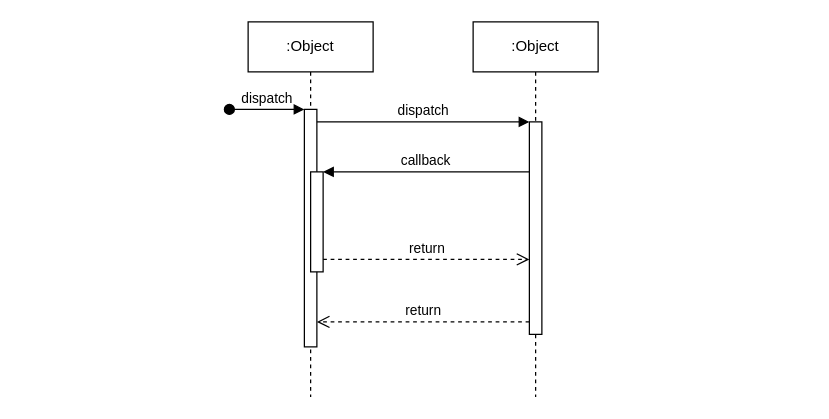
Before: Untitled Diagram.drawio in AhmedHishamEGA/testing_github_extinstion, a draw.io diagram. Source tidied: cells renumbered, new cells numbered last; positions are measured from the earlier drawing's top-left corner, leaving out a move shared by most shapes. Both pictures are drawn from the tidied source at 125%, with x=0, y=0 at pixel (229, 21).
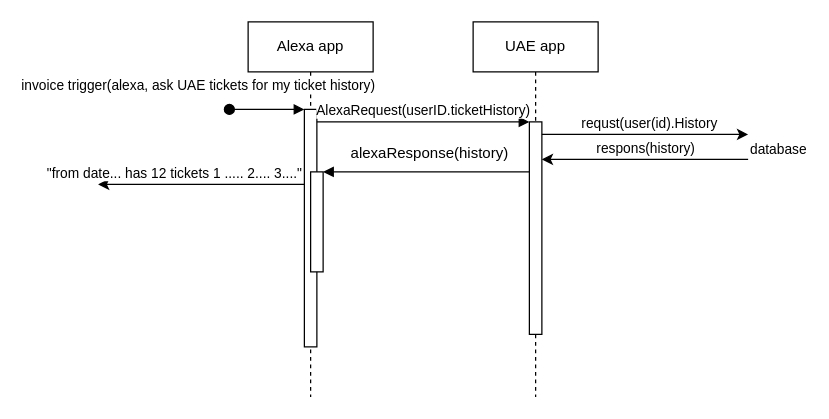
After the change.

Commit message:
alexa initial view .drawio

The change refers to these unchanged cells:
```xml
<mxCell id="3" style="html=1;points=[];perimeter=orthogonalPerimeter;outlineConnect=0;targetShapes=umlLifeline;portConstraint=eastwest;newEdgeStyle={&quot;edgeStyle&quot;:&quot;elbowEdgeStyle&quot;,&quot;elbow&quot;:&quot;vertical&quot;,&quot;curved&quot;:0,&quot;rounded&quot;:0};" parent="2" vertex="1">
  <mxGeometry x="45" y="70" width="10" height="190" as="geometry" />
</mxCell>
<mxCell id="5" style="html=1;points=[];perimeter=orthogonalPerimeter;outlineConnect=0;targetShapes=umlLifeline;portConstraint=eastwest;newEdgeStyle={&quot;edgeStyle&quot;:&quot;elbowEdgeStyle&quot;,&quot;elbow&quot;:&quot;vertical&quot;,&quot;curved&quot;:0,&quot;rounded&quot;:0};" parent="2" vertex="1">
  <mxGeometry x="50" y="120" width="10" height="80" as="geometry" />
</mxCell>
<mxCell id="7" style="html=1;points=[];perimeter=orthogonalPerimeter;outlineConnect=0;targetShapes=umlLifeline;portConstraint=eastwest;newEdgeStyle={&quot;edgeStyle&quot;:&quot;elbowEdgeStyle&quot;,&quot;elbow&quot;:&quot;vertical&quot;,&quot;curved&quot;:0,&quot;rounded&quot;:0};" parent="6" vertex="1">
  <mxGeometry x="45" y="80" width="10" height="170" as="geometry" />
</mxCell>
```

Diff of the diagram source:
```diff
@@
-    <mxCell id="2" value=":Object" style="shape=umlLifeline;perimeter=lifelinePerimeter;whiteSpace=wrap;html=1;newEdgeStyle={&quot;edgeStyle&quot;:&quot;elbowEdgeStyle&quot;,&quot;elbow&quot;:&quot;vertical&quot;,&quot;curved&quot;:0,&quot;rounded&quot;:0};" parent="1" vertex="1">
+    <mxCell id="2" value="Alexa app" style="shape=umlLifeline;perimeter=lifelinePerimeter;whiteSpace=wrap;html=1;newEdgeStyle={&quot;edgeStyle&quot;:&quot;elbowEdgeStyle&quot;,&quot;elbow&quot;:&quot;vertical&quot;,&quot;curved&quot;:0,&quot;rounded&quot;:0};" parent="1" vertex="1">
       <mxGeometry x="15" width="100" height="300" as="geometry" />
     </mxCell>
@@
-    <mxCell id="4" value="dispatch" style="html=1;verticalAlign=bottom;startArrow=oval;endArrow=block;startSize=8;edgeStyle=elbowEdgeStyle;elbow=vertical;curved=0;rounded=0;" parent="2" edge="1" target="3">
-      <mxGeometry relative="1" as="geometry">
+    <mxCell id="4" value="invoice trigger(alexa, ask UAE tickets for my ticket history)" style="html=1;verticalAlign=bottom;startArrow=oval;endArrow=block;startSize=8;edgeStyle=elbowEdgeStyle;elbow=vertical;curved=0;rounded=0;" parent="2" edge="1" target="3">
+      <mxGeometry x="-1" y="-27" relative="1" as="geometry">
         <mxPoint x="-15" y="70" as="sourcePoint" />
+        <mxPoint x="-25" y="-37" as="offset" />
       </mxGeometry>
     </mxCell>
@@
-    <mxCell id="6" value=":Object" style="shape=umlLifeline;perimeter=lifelinePerimeter;whiteSpace=wrap;html=1;newEdgeStyle={&quot;edgeStyle&quot;:&quot;elbowEdgeStyle&quot;,&quot;elbow&quot;:&quot;vertical&quot;,&quot;curved&quot;:0,&quot;rounded&quot;:0};" parent="1" vertex="1">
+    <mxCell id="6" value="UAE app" style="shape=umlLifeline;perimeter=lifelinePerimeter;whiteSpace=wrap;html=1;newEdgeStyle={&quot;edgeStyle&quot;:&quot;elbowEdgeStyle&quot;,&quot;elbow&quot;:&quot;vertical&quot;,&quot;curved&quot;:0,&quot;rounded&quot;:0};" parent="1" vertex="1">
       <mxGeometry x="195" width="100" height="300" as="geometry" />
     </mxCell>
@@
-    <mxCell id="8" value="dispatch" style="html=1;verticalAlign=bottom;endArrow=block;edgeStyle=elbowEdgeStyle;elbow=vertical;curved=0;rounded=0;" parent="1" edge="1" source="3" target="7">
+    <mxCell id="8" value="AlexaRequest(userID.ticketHistory)" style="html=1;verticalAlign=bottom;endArrow=block;edgeStyle=elbowEdgeStyle;elbow=vertical;curved=0;rounded=0;" parent="1" edge="1" source="3" target="7">
       <mxGeometry relative="1" as="geometry">
         <Array as="points">
           <mxPoint x="155" y="80" />
         </Array>
       </mxGeometry>
     </mxCell>
-    <mxCell id="9" value="return" style="html=1;verticalAlign=bottom;endArrow=open;dashed=1;endSize=8;edgeStyle=elbowEdgeStyle;elbow=vertical;curved=0;rounded=0;" parent="1" edge="1" source="7" target="3">
-      <mxGeometry relative="1" as="geometry">
-        <Array as="points">
-          <mxPoint x="165" y="240" />
-        </Array>
-      </mxGeometry>
-    </mxCell>
-    <mxCell id="10" value="callback" style="html=1;verticalAlign=bottom;endArrow=block;edgeStyle=elbowEdgeStyle;elbow=vertical;curved=0;rounded=0;" parent="1" edge="1" source="7" target="5">
+    <mxCell id="10" style="html=1;verticalAlign=bottom;endArrow=block;edgeStyle=elbowEdgeStyle;elbow=horizontal;curved=0;rounded=0;" parent="1" edge="1" source="7" target="5">
       <mxGeometry relative="1" as="geometry">
         <Array as="points">
           <mxPoint x="165" y="120" />
         </Array>
       </mxGeometry>
     </mxCell>
-    <mxCell id="11" value="return" style="html=1;verticalAlign=bottom;endArrow=open;dashed=1;endSize=8;edgeStyle=elbowEdgeStyle;elbow=vertical;curved=0;rounded=0;" parent="1" edge="1" source="5" target="7">
-      <mxGeometry relative="1" as="geometry">
-        <Array as="points">
-          <mxPoint x="155" y="190" />
-        </Array>
-      </mxGeometry>
-    </mxCell>
+    <mxCell id="12" style="endArrow=classic;html=1;rounded=0;" parent="1" edge="1">
+      <mxGeometry relative="1" as="geometry">
+        <mxPoint x="250" y="90" as="sourcePoint" />
+        <mxPoint x="415" y="90" as="targetPoint" />
+      </mxGeometry>
+    </mxCell>
+    <mxCell id="13" value="requst(user(id).History" style="edgeLabel;html=1;align=center;verticalAlign=middle;rotation=0;" parent="12" vertex="1">
+      <mxGeometry relative="1" as="geometry">
+        <mxPoint x="2" y="-10" as="offset" />
+      </mxGeometry>
+    </mxCell>
+    <mxCell id="14" style="endArrow=classic;html=1;rounded=0;" parent="1" edge="1">
+      <mxGeometry relative="1" as="geometry">
+        <mxPoint x="415" y="110" as="sourcePoint" />
+        <mxPoint x="250" y="110" as="targetPoint" />
+      </mxGeometry>
+    </mxCell>
+    <mxCell id="15" value="respons(history)" style="edgeLabel;html=1;align=center;verticalAlign=middle;" parent="14" vertex="1">
+      <mxGeometry relative="1" as="geometry">
+        <mxPoint y="-10" as="offset" />
+      </mxGeometry>
+    </mxCell>
+    <mxCell id="16" value="database" style="edgeLabel;html=1;align=left;verticalAlign=bottom;" parent="14" vertex="1">
+      <mxGeometry x="-1" relative="1" as="geometry" />
+    </mxCell>
+    <mxCell id="17" value="alexaResponse(history)" style="text;html=1;align=center;verticalAlign=middle;strokeColor=none;fillColor=none;" parent="1" vertex="1">
+      <mxGeometry x="85" y="90" width="150" height="30" as="geometry" />
+    </mxCell>
+    <mxCell id="18" style="endArrow=classic;html=1;rounded=0;" parent="1" edge="1">
+      <mxGeometry relative="1" as="geometry">
+        <mxPoint x="60" y="130" as="sourcePoint" />
+        <mxPoint x="-105" y="130" as="targetPoint" />
+      </mxGeometry>
+    </mxCell>
+    <mxCell id="19" value="&quot;from date... has 12 tickets 1 ..... 2.... 3....&quot;" style="edgeLabel;html=1;align=center;verticalAlign=middle;" parent="18" vertex="1">
+      <mxGeometry relative="1" as="geometry">
+        <mxPoint x="-22" y="-10" as="offset" />
+      </mxGeometry>
+    </mxCell>
```
